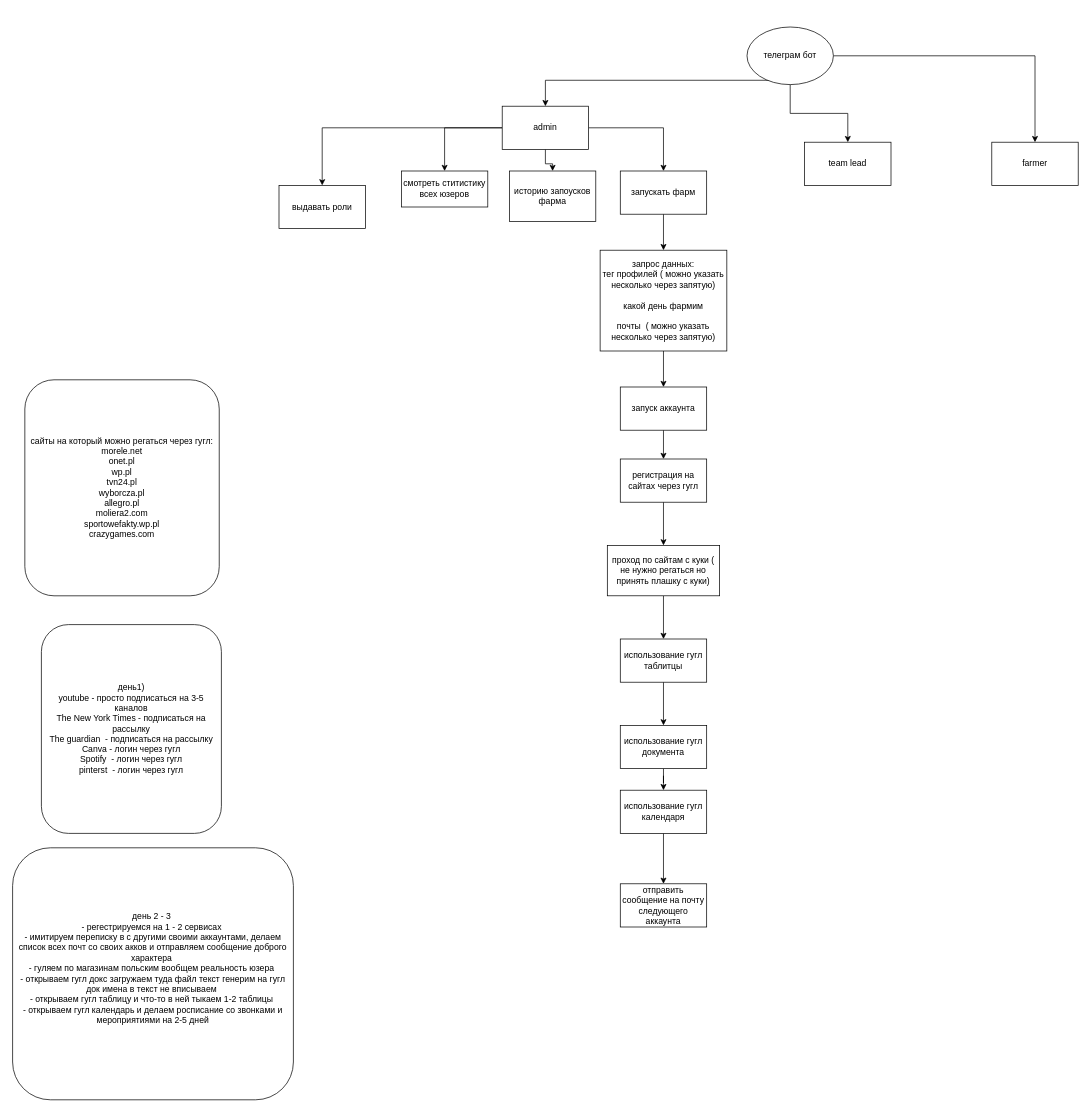
The draw.io diagram Диаграмма без названия.drawio in David8598/test, before the edit. Source tidied: cells renumbered, new cells numbered last; positions are measured from the earlier drawing's top-left corner, leaving out a move shared by most shapes. Both pictures are drawn from the tidied source at 72%, with x=0, y=0 at pixel (12, 27).
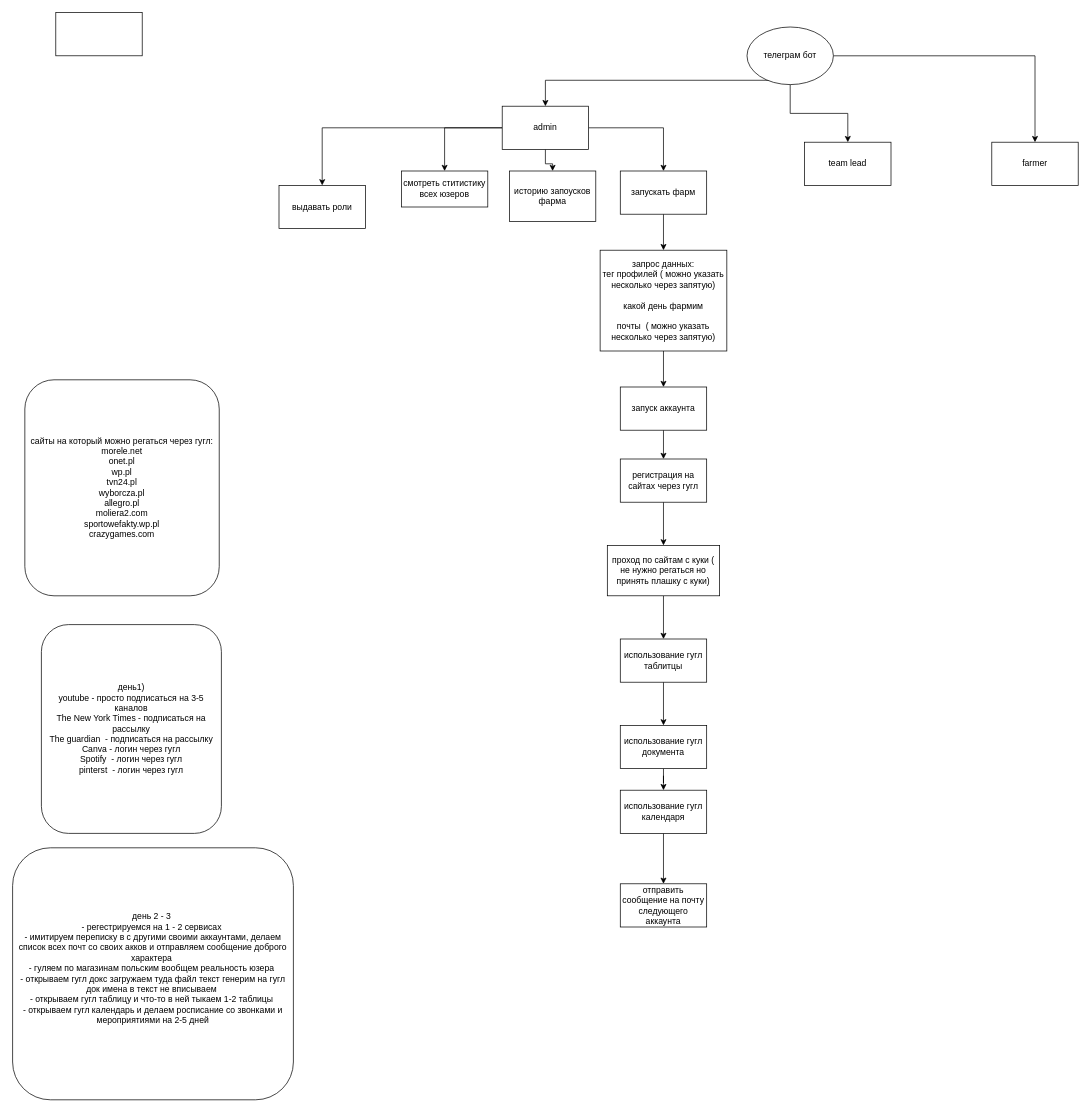
Above is the later version.

Diff of the diagram source:
```diff
@@
+    <mxCell id="36" style="rounded=0;whiteSpace=wrap;html=1;" parent="1" vertex="1">
+      <mxGeometry x="60" y="-20" width="120" height="60" as="geometry" />
+    </mxCell>
```
